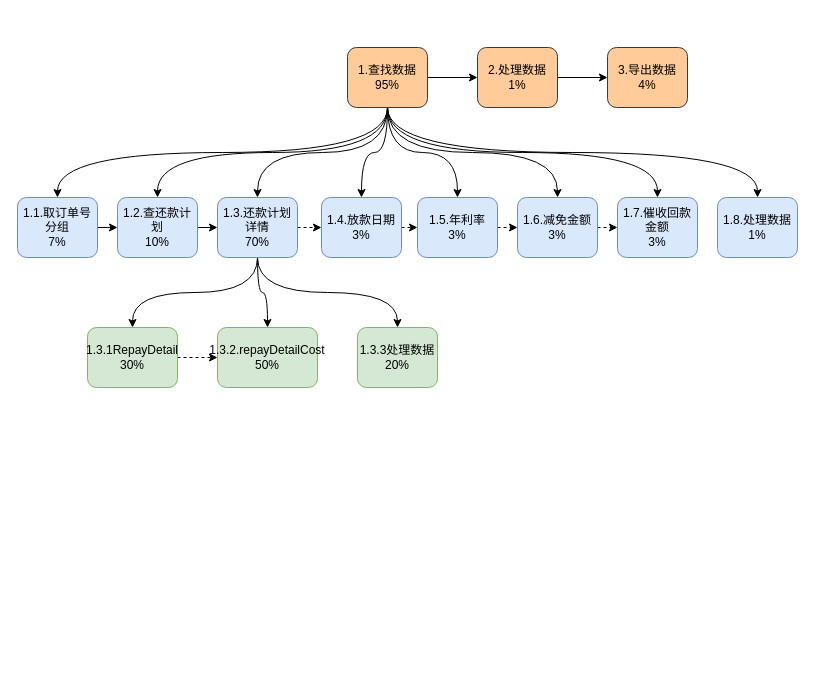
Above: 导出代码优化.drawio in wenbochang888/draw (draw.io), before the change. Source tidied: cells renumbered, new cells numbered last; positions are measured from the earlier drawing's top-left corner, leaving out a move shared by most shapes. Both pictures are drawn from the tidied source at 100%, with x=0, y=0 at pixel (17, 47).
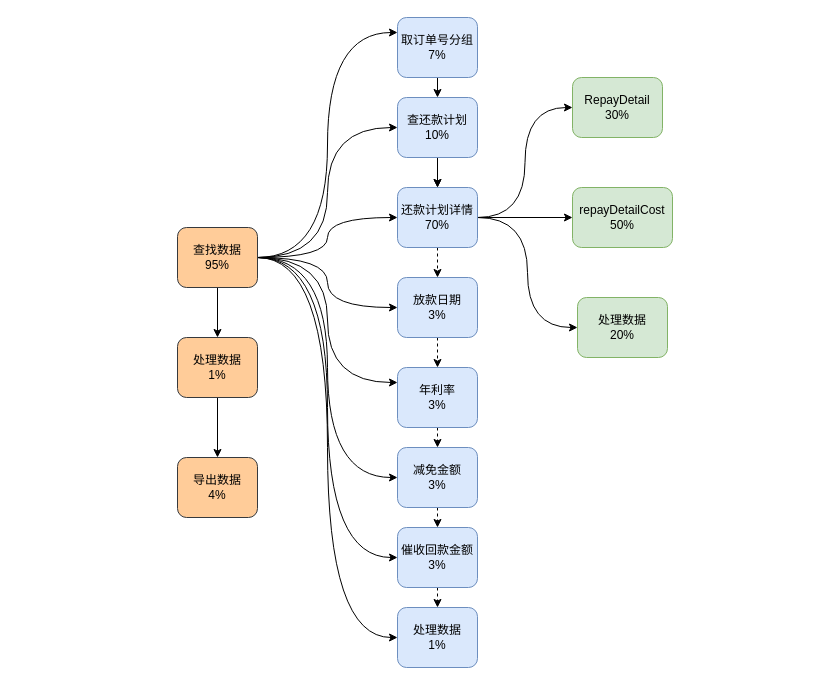
After the change.

Commit message (it also covers changes not shown here):
更新导出代码优化.drawio

Change to the diagram source:
```diff
@@
+    <mxCell id="9" style="edgeStyle=orthogonalEdgeStyle;rounded=0;jettySize=auto;html=1;exitX=0.5;exitY=1;exitDx=0;exitDy=0;entryX=0.5;entryY=0;entryDx=0;entryDy=0;" parent="1" edge="1" source="11" target="13">
+      <mxGeometry relative="1" as="geometry" />
+    </mxCell>
+    <mxCell id="5" style="edgeStyle=orthogonalEdgeStyle;jettySize=auto;html=1;exitX=1;exitY=0.5;exitDx=0;exitDy=0;entryX=0;entryY=0.5;entryDx=0;entryDy=0;curved=1;" parent="1" edge="1" source="11" target="25">
+      <mxGeometry relative="1" as="geometry" />
+    </mxCell>
-    <mxCell id="2" style="edgeStyle=orthogonalEdgeStyle;rounded=1;jettySize=auto;html=1;exitX=0.5;exitY=1;exitDx=0;exitDy=0;entryX=0.5;entryY=0;entryDx=0;entryDy=0;curved=1;strokeWidth=1;" parent="1" edge="1" source="11" target="16">
+    <mxCell id="2" style="edgeStyle=orthogonalEdgeStyle;jettySize=auto;html=1;exitX=1;exitY=0.5;exitDx=0;exitDy=0;entryX=0;entryY=0.25;entryDx=0;entryDy=0;curved=1;" parent="1" edge="1" source="11" target="16">
       <mxGeometry relative="1" as="geometry" />
     </mxCell>
-    <mxCell id="3" style="edgeStyle=orthogonalEdgeStyle;rounded=0;jettySize=auto;html=1;exitX=0.5;exitY=1;exitDx=0;exitDy=0;curved=1;" parent="1" edge="1" source="11" target="18">
+    <mxCell id="3" style="edgeStyle=orthogonalEdgeStyle;jettySize=auto;html=1;exitX=1;exitY=0.5;exitDx=0;exitDy=0;entryX=0;entryY=0.5;entryDx=0;entryDy=0;curved=1;" parent="1" edge="1" source="11" target="18">
       <mxGeometry relative="1" as="geometry" />
     </mxCell>
-    <mxCell id="4" style="edgeStyle=orthogonalEdgeStyle;rounded=0;jettySize=auto;html=1;exitX=0.5;exitY=1;exitDx=0;exitDy=0;entryX=0.5;entryY=0;entryDx=0;entryDy=0;curved=1;" parent="1" edge="1" source="11" target="23">
+    <mxCell id="4" style="edgeStyle=orthogonalEdgeStyle;jettySize=auto;html=1;exitX=1;exitY=0.5;exitDx=0;exitDy=0;entryX=0;entryY=0.5;entryDx=0;entryDy=0;curved=1;" parent="1" edge="1" source="11" target="23">
       <mxGeometry relative="1" as="geometry" />
     </mxCell>
-    <mxCell id="5" style="edgeStyle=orthogonalEdgeStyle;rounded=0;jettySize=auto;html=1;exitX=0.5;exitY=1;exitDx=0;exitDy=0;curved=1;" parent="1" edge="1" source="11" target="25">
-      <mxGeometry relative="1" as="geometry" />
-    </mxCell>
-    <mxCell id="6" style="edgeStyle=orthogonalEdgeStyle;rounded=0;jettySize=auto;html=1;exitX=0.5;exitY=1;exitDx=0;exitDy=0;curved=1;" parent="1" edge="1" source="11" target="27">
+    <mxCell id="6" style="edgeStyle=orthogonalEdgeStyle;jettySize=auto;html=1;exitX=1;exitY=0.5;exitDx=0;exitDy=0;entryX=0;entryY=0.25;entryDx=0;entryDy=0;curved=1;" parent="1" edge="1" source="11" target="27">
       <mxGeometry relative="1" as="geometry" />
     </mxCell>
-    <mxCell id="7" style="edgeStyle=orthogonalEdgeStyle;rounded=0;jettySize=auto;html=1;exitX=0.5;exitY=1;exitDx=0;exitDy=0;entryX=0.5;entryY=0;entryDx=0;entryDy=0;curved=1;" parent="1" edge="1" source="11" target="29">
+    <mxCell id="7" style="edgeStyle=orthogonalEdgeStyle;jettySize=auto;html=1;exitX=1;exitY=0.5;exitDx=0;exitDy=0;entryX=0;entryY=0.5;entryDx=0;entryDy=0;curved=1;" parent="1" edge="1" source="11" target="29">
       <mxGeometry relative="1" as="geometry" />
     </mxCell>
-    <mxCell id="8" style="edgeStyle=orthogonalEdgeStyle;rounded=0;jettySize=auto;html=1;exitX=0.5;exitY=1;exitDx=0;exitDy=0;entryX=0.5;entryY=0;entryDx=0;entryDy=0;curved=1;" parent="1" edge="1" source="11" target="30">
+    <mxCell id="8" style="edgeStyle=orthogonalEdgeStyle;jettySize=auto;html=1;exitX=1;exitY=0.5;exitDx=0;exitDy=0;entryX=0;entryY=0.5;entryDx=0;entryDy=0;curved=1;" parent="1" edge="1" source="11" target="30">
       <mxGeometry relative="1" as="geometry" />
     </mxCell>
-    <mxCell id="9" style="edgeStyle=orthogonalEdgeStyle;rounded=0;jettySize=auto;html=1;exitX=1;exitY=0.5;exitDx=0;exitDy=0;" parent="1" edge="1" source="11" target="13">
-      <mxGeometry relative="1" as="geometry" />
-    </mxCell>
-    <mxCell id="10" style="edgeStyle=orthogonalEdgeStyle;jettySize=auto;html=1;exitX=0.5;exitY=1;exitDx=0;exitDy=0;entryX=0.5;entryY=0;entryDx=0;entryDy=0;curved=1;" parent="1" edge="1" source="11" target="35">
+    <mxCell id="10" style="edgeStyle=orthogonalEdgeStyle;jettySize=auto;html=1;exitX=1;exitY=0.5;exitDx=0;exitDy=0;entryX=0;entryY=0.5;entryDx=0;entryDy=0;curved=1;" parent="1" edge="1" source="11" target="35">
       <mxGeometry relative="1" as="geometry" />
     </mxCell>
-    <mxCell id="11" value="&lt;font style=&quot;font-size: 12px;&quot;&gt;1.查找数据&lt;br&gt;95%&lt;/font&gt;" style="rounded=1;whiteSpace=wrap;html=1;shadow=0;glass=0;fillColor=#ffcc99;strokeColor=#36393d;" parent="1" vertex="1">
-      <mxGeometry x="330" width="80" height="60" as="geometry" />
+    <mxCell id="11" value="&lt;font style=&quot;font-size: 12px;&quot;&gt;查找数据&lt;br&gt;95%&lt;/font&gt;" style="rounded=1;whiteSpace=wrap;html=1;shadow=0;glass=0;fillColor=#ffcc99;strokeColor=#36393d;direction=east;flipH=0;flipV=1;" parent="1" vertex="1">
+      <mxGeometry x="160" y="180" width="80" height="60" as="geometry" />
     </mxCell>
-    <mxCell id="12" style="edgeStyle=orthogonalEdgeStyle;rounded=0;jettySize=auto;html=1;exitX=1;exitY=0.5;exitDx=0;exitDy=0;entryX=0;entryY=0.5;entryDx=0;entryDy=0;" parent="1" edge="1" source="13" target="14">
+    <mxCell id="12" style="edgeStyle=orthogonalEdgeStyle;rounded=0;jettySize=auto;html=1;exitX=0.5;exitY=1;exitDx=0;exitDy=0;" parent="1" edge="1" source="13" target="14">
       <mxGeometry relative="1" as="geometry" />
     </mxCell>
-    <mxCell id="13" value="&lt;font style=&quot;font-size: 12px;&quot;&gt;2.处理数据&lt;br&gt;1%&lt;/font&gt;" style="rounded=1;whiteSpace=wrap;html=1;shadow=0;glass=0;fillColor=#ffcc99;strokeColor=#36393d;" parent="1" vertex="1">
-      <mxGeometry x="460" width="80" height="60" as="geometry" />
+    <mxCell id="13" value="&lt;font style=&quot;font-size: 12px;&quot;&gt;处理数据&lt;br&gt;1%&lt;/font&gt;" style="rounded=1;whiteSpace=wrap;html=1;shadow=0;glass=0;fillColor=#ffcc99;strokeColor=#36393d;direction=east;flipH=0;flipV=1;" parent="1" vertex="1">
+      <mxGeometry x="160" y="290" width="80" height="60" as="geometry" />
     </mxCell>
-    <mxCell id="14" value="&lt;font style=&quot;font-size: 12px;&quot;&gt;3.导出数据&lt;br&gt;4%&lt;/font&gt;" style="rounded=1;whiteSpace=wrap;html=1;shadow=0;glass=0;fillColor=#ffcc99;strokeColor=#36393d;" parent="1" vertex="1">
-      <mxGeometry x="590" width="80" height="60" as="geometry" />
+    <mxCell id="14" value="&lt;font style=&quot;font-size: 12px;&quot;&gt;导出数据&lt;br&gt;4%&lt;/font&gt;" style="rounded=1;whiteSpace=wrap;html=1;shadow=0;glass=0;fillColor=#ffcc99;strokeColor=#36393d;direction=east;flipH=0;flipV=1;" parent="1" vertex="1">
+      <mxGeometry x="160" y="410" width="80" height="60" as="geometry" />
     </mxCell>
-    <mxCell id="15" style="edgeStyle=orthogonalEdgeStyle;rounded=0;jettySize=auto;html=1;exitX=1;exitY=0.5;exitDx=0;exitDy=0;entryX=0;entryY=0.5;entryDx=0;entryDy=0;" parent="1" edge="1" source="16" target="18">
+    <mxCell id="15" style="edgeStyle=orthogonalEdgeStyle;rounded=0;jettySize=auto;html=1;exitX=0.5;exitY=1;exitDx=0;exitDy=0;entryX=0.5;entryY=0;entryDx=0;entryDy=0;" parent="1" edge="1" source="16" target="18">
       <mxGeometry relative="1" as="geometry" />
     </mxCell>
-    <mxCell id="16" value="1.1.取订单号分组&lt;br&gt;7%" style="rounded=1;whiteSpace=wrap;html=1;shadow=0;glass=0;fillColor=#dae8fc;strokeColor=#6c8ebf;" parent="1" vertex="1">
-      <mxGeometry y="150" width="80" height="60" as="geometry" />
+    <mxCell id="16" value="取订单号分组&lt;br&gt;7%" style="rounded=1;whiteSpace=wrap;html=1;shadow=0;glass=0;fillColor=#dae8fc;strokeColor=#6c8ebf;direction=east;flipH=0;flipV=1;" parent="1" vertex="1">
+      <mxGeometry x="380" y="-30" width="80" height="60" as="geometry" />
     </mxCell>
-    <mxCell id="17" style="edgeStyle=orthogonalEdgeStyle;rounded=0;jettySize=auto;html=1;exitX=1;exitY=0.5;exitDx=0;exitDy=0;entryX=0;entryY=0.5;entryDx=0;entryDy=0;" parent="1" edge="1" source="18" target="23">
-      <mxGeometry relative="1" as="geometry" />
-    </mxCell>
+    <mxCell id="36" style="edgeStyle=orthogonalEdgeStyle;rounded=0;jettySize=auto;html=1;exitX=0.5;exitY=1;exitDx=0;exitDy=0;entryX=0.5;entryY=0;entryDx=0;entryDy=0;" parent="1" edge="1" source="18" target="23">
+      <mxGeometry relative="1" as="geometry" />
+    </mxCell>
+    <mxCell id="37" style="edgeStyle=orthogonalEdgeStyle;rounded=0;jettySize=auto;html=1;" parent="1" edge="1" source="18" target="23">
+      <mxGeometry relative="1" as="geometry" />
+    </mxCell>
-    <mxCell id="18" value="1.2.查还款计划&lt;br&gt;10%" style="rounded=1;whiteSpace=wrap;html=1;shadow=0;glass=0;fillColor=#dae8fc;strokeColor=#6c8ebf;" parent="1" vertex="1">
-      <mxGeometry x="100" y="150" width="80" height="60" as="geometry" />
+    <mxCell id="18" value="查还款计划&lt;br&gt;10%" style="rounded=1;whiteSpace=wrap;html=1;shadow=0;glass=0;fillColor=#dae8fc;strokeColor=#6c8ebf;direction=east;flipH=0;flipV=1;" parent="1" vertex="1">
+      <mxGeometry x="380" y="50" width="80" height="60" as="geometry" />
     </mxCell>
+    <mxCell id="22" style="edgeStyle=orthogonalEdgeStyle;rounded=0;jettySize=auto;html=1;exitX=0.5;exitY=1;exitDx=0;exitDy=0;entryX=0.5;entryY=0;entryDx=0;entryDy=0;dashed=1;" parent="1" edge="1" source="23" target="25">
+      <mxGeometry relative="1" as="geometry" />
+    </mxCell>
-    <mxCell id="19" style="edgeStyle=orthogonalEdgeStyle;rounded=0;jettySize=auto;html=1;exitX=0.5;exitY=1;exitDx=0;exitDy=0;entryX=0.5;entryY=0;entryDx=0;entryDy=0;curved=1;" parent="1" edge="1" source="23" target="32">
+    <mxCell id="19" style="edgeStyle=orthogonalEdgeStyle;jettySize=auto;html=1;exitX=1;exitY=0.5;exitDx=0;exitDy=0;entryX=0;entryY=0.5;entryDx=0;entryDy=0;curved=1;" parent="1" edge="1" source="23" target="32">
       <mxGeometry relative="1" as="geometry" />
     </mxCell>
-    <mxCell id="20" style="edgeStyle=orthogonalEdgeStyle;rounded=0;jettySize=auto;html=1;exitX=0.5;exitY=1;exitDx=0;exitDy=0;entryX=0.5;entryY=0;entryDx=0;entryDy=0;curved=1;" parent="1" edge="1" source="23" target="33">
+    <mxCell id="20" style="edgeStyle=orthogonalEdgeStyle;rounded=0;jettySize=auto;html=1;exitX=1;exitY=0.5;exitDx=0;exitDy=0;entryX=0;entryY=0.5;entryDx=0;entryDy=0;" parent="1" edge="1" source="23" target="33">
       <mxGeometry relative="1" as="geometry" />
     </mxCell>
-    <mxCell id="21" style="edgeStyle=orthogonalEdgeStyle;jettySize=auto;html=1;exitX=0.5;exitY=1;exitDx=0;exitDy=0;curved=1;" parent="1" edge="1" source="23" target="34">
+    <mxCell id="21" style="edgeStyle=orthogonalEdgeStyle;jettySize=auto;html=1;exitX=1;exitY=0.5;exitDx=0;exitDy=0;entryX=0;entryY=0.5;entryDx=0;entryDy=0;curved=1;" parent="1" edge="1" source="23" target="34">
       <mxGeometry relative="1" as="geometry" />
     </mxCell>
-    <mxCell id="22" style="edgeStyle=orthogonalEdgeStyle;rounded=0;jettySize=auto;html=1;exitX=1;exitY=0.5;exitDx=0;exitDy=0;entryX=0;entryY=0.5;entryDx=0;entryDy=0;dashed=1;" parent="1" edge="1" source="23" target="25">
-      <mxGeometry relative="1" as="geometry" />
-    </mxCell>
-    <mxCell id="23" value="1.3.还款计划详情&lt;br&gt;70%" style="rounded=1;whiteSpace=wrap;html=1;shadow=0;glass=0;fillColor=#dae8fc;strokeColor=#6c8ebf;" parent="1" vertex="1">
-      <mxGeometry x="200" y="150" width="80" height="60" as="geometry" />
+    <mxCell id="23" value="还款计划详情&lt;br&gt;70%" style="rounded=1;whiteSpace=wrap;html=1;shadow=0;glass=0;fillColor=#dae8fc;strokeColor=#6c8ebf;direction=east;flipH=0;flipV=1;" parent="1" vertex="1">
+      <mxGeometry x="380" y="140" width="80" height="60" as="geometry" />
     </mxCell>
-    <mxCell id="24" style="edgeStyle=orthogonalEdgeStyle;rounded=0;jettySize=auto;html=1;exitX=1;exitY=0.5;exitDx=0;exitDy=0;entryX=0;entryY=0.5;entryDx=0;entryDy=0;dashed=1;" parent="1" edge="1" source="25" target="27">
+    <mxCell id="24" style="edgeStyle=orthogonalEdgeStyle;rounded=0;jettySize=auto;html=1;exitX=0.5;exitY=1;exitDx=0;exitDy=0;entryX=0.5;entryY=0;entryDx=0;entryDy=0;dashed=1;" parent="1" edge="1" source="25" target="27">
       <mxGeometry relative="1" as="geometry" />
     </mxCell>
-    <mxCell id="25" value="1.4.放款日期&lt;br&gt;3%" style="rounded=1;whiteSpace=wrap;html=1;shadow=0;glass=0;fillColor=#dae8fc;strokeColor=#6c8ebf;" parent="1" vertex="1">
-      <mxGeometry x="304" y="150" width="80" height="60" as="geometry" />
+    <mxCell id="25" value="放款日期&lt;br&gt;3%" style="rounded=1;whiteSpace=wrap;html=1;shadow=0;glass=0;fillColor=#dae8fc;strokeColor=#6c8ebf;direction=east;flipH=0;flipV=1;" parent="1" vertex="1">
+      <mxGeometry x="380" y="230" width="80" height="60" as="geometry" />
     </mxCell>
-    <mxCell id="26" style="edgeStyle=orthogonalEdgeStyle;rounded=0;jettySize=auto;html=1;exitX=1;exitY=0.5;exitDx=0;exitDy=0;entryX=0;entryY=0.5;entryDx=0;entryDy=0;dashed=1;" parent="1" edge="1" source="27" target="29">
+    <mxCell id="26" style="edgeStyle=orthogonalEdgeStyle;rounded=0;jettySize=auto;html=1;exitX=0.5;exitY=1;exitDx=0;exitDy=0;entryX=0.5;entryY=0;entryDx=0;entryDy=0;dashed=1;" parent="1" edge="1" source="27" target="29">
       <mxGeometry relative="1" as="geometry" />
     </mxCell>
-    <mxCell id="27" value="1.5.年利率&lt;br&gt;3%" style="rounded=1;whiteSpace=wrap;html=1;shadow=0;glass=0;fillColor=#dae8fc;strokeColor=#6c8ebf;" parent="1" vertex="1">
-      <mxGeometry x="400" y="150" width="80" height="60" as="geometry" />
+    <mxCell id="27" value="年利率&lt;br&gt;3%" style="rounded=1;whiteSpace=wrap;html=1;shadow=0;glass=0;fillColor=#dae8fc;strokeColor=#6c8ebf;direction=east;flipH=0;flipV=1;" parent="1" vertex="1">
+      <mxGeometry x="380" y="320" width="80" height="60" as="geometry" />
     </mxCell>
-    <mxCell id="28" style="edgeStyle=orthogonalEdgeStyle;rounded=0;jettySize=auto;html=1;exitX=1;exitY=0.5;exitDx=0;exitDy=0;entryX=0;entryY=0.5;entryDx=0;entryDy=0;dashed=1;" parent="1" edge="1" source="29" target="30">
+    <mxCell id="28" style="edgeStyle=orthogonalEdgeStyle;rounded=0;jettySize=auto;html=1;exitX=0.5;exitY=1;exitDx=0;exitDy=0;entryX=0.5;entryY=0;entryDx=0;entryDy=0;dashed=1;" parent="1" edge="1" source="29" target="30">
       <mxGeometry relative="1" as="geometry" />
     </mxCell>
-    <mxCell id="29" value="1.6.减免金额&lt;br&gt;3%" style="rounded=1;whiteSpace=wrap;html=1;shadow=0;glass=0;fillColor=#dae8fc;strokeColor=#6c8ebf;" parent="1" vertex="1">
-      <mxGeometry x="500" y="150" width="80" height="60" as="geometry" />
+    <mxCell id="29" value="减免金额&lt;br&gt;3%" style="rounded=1;whiteSpace=wrap;html=1;shadow=0;glass=0;fillColor=#dae8fc;strokeColor=#6c8ebf;direction=east;flipH=0;flipV=1;" parent="1" vertex="1">
+      <mxGeometry x="380" y="400" width="80" height="60" as="geometry" />
     </mxCell>
+    <mxCell id="38" style="edgeStyle=orthogonalEdgeStyle;rounded=0;jettySize=auto;html=1;exitX=0.5;exitY=1;exitDx=0;exitDy=0;entryX=0.5;entryY=0;entryDx=0;entryDy=0;dashed=1;" parent="1" edge="1" source="30" target="35">
+      <mxGeometry relative="1" as="geometry" />
+    </mxCell>
-    <mxCell id="30" value="1.7.催收回款金额&lt;br&gt;3%" style="rounded=1;whiteSpace=wrap;html=1;shadow=0;glass=0;fillColor=#dae8fc;strokeColor=#6c8ebf;" parent="1" vertex="1">
-      <mxGeometry x="600" y="150" width="80" height="60" as="geometry" />
+    <mxCell id="30" value="催收回款金额&lt;br&gt;3%" style="rounded=1;whiteSpace=wrap;html=1;shadow=0;glass=0;fillColor=#dae8fc;strokeColor=#6c8ebf;direction=east;flipH=0;flipV=1;" parent="1" vertex="1">
+      <mxGeometry x="380" y="480" width="80" height="60" as="geometry" />
     </mxCell>
-    <mxCell id="31" style="edgeStyle=orthogonalEdgeStyle;rounded=0;jettySize=auto;html=1;exitX=1;exitY=0.5;exitDx=0;exitDy=0;entryX=0;entryY=0.5;entryDx=0;entryDy=0;dashed=1;" parent="1" edge="1" source="32" target="33">
-      <mxGeometry relative="1" as="geometry" />
-    </mxCell>
-    <mxCell id="32" value="1.3.1RepayDetail&lt;br&gt;30%" style="rounded=1;whiteSpace=wrap;html=1;shadow=0;glass=0;fillColor=#d5e8d4;strokeColor=#82b366;" parent="1" vertex="1">
-      <mxGeometry x="70" y="280" width="90" height="60" as="geometry" />
+    <mxCell id="32" value="RepayDetail&lt;br&gt;30%" style="rounded=1;whiteSpace=wrap;html=1;shadow=0;glass=0;fillColor=#d5e8d4;strokeColor=#82b366;direction=east;flipH=0;flipV=1;" parent="1" vertex="1">
+      <mxGeometry x="555" y="30" width="90" height="60" as="geometry" />
     </mxCell>
-    <mxCell id="33" value="1.3.2.repayDetailCost&lt;br&gt;50%" style="rounded=1;whiteSpace=wrap;html=1;shadow=0;glass=0;fillColor=#d5e8d4;strokeColor=#82b366;" parent="1" vertex="1">
-      <mxGeometry x="200" y="280" width="100" height="60" as="geometry" />
+    <mxCell id="33" value="repayDetailCost&lt;br&gt;50%" style="rounded=1;whiteSpace=wrap;html=1;shadow=0;glass=0;fillColor=#d5e8d4;strokeColor=#82b366;direction=east;flipH=0;flipV=1;" parent="1" vertex="1">
+      <mxGeometry x="555" y="140" width="100" height="60" as="geometry" />
     </mxCell>
-    <mxCell id="34" value="&lt;font style=&quot;font-size: 12px;&quot;&gt;1.3.3处理数据&lt;br&gt;20%&lt;br&gt;&lt;/font&gt;" style="rounded=1;whiteSpace=wrap;html=1;shadow=0;glass=0;fillColor=#d5e8d4;strokeColor=#82b366;" parent="1" vertex="1">
-      <mxGeometry x="340" y="280" width="80" height="60" as="geometry" />
+    <mxCell id="34" value="&lt;font style=&quot;font-size: 12px;&quot;&gt;处理数据&lt;br&gt;20%&lt;br&gt;&lt;/font&gt;" style="rounded=1;whiteSpace=wrap;html=1;shadow=0;glass=0;fillColor=#d5e8d4;strokeColor=#82b366;direction=east;flipH=0;flipV=1;" parent="1" vertex="1">
+      <mxGeometry x="560" y="250" width="90" height="60" as="geometry" />
     </mxCell>
-    <mxCell id="35" value="1.8.处理数据&lt;br&gt;1%" style="rounded=1;whiteSpace=wrap;html=1;shadow=0;glass=0;fillColor=#dae8fc;strokeColor=#6c8ebf;" parent="1" vertex="1">
-      <mxGeometry x="700" y="150" width="80" height="60" as="geometry" />
+    <mxCell id="35" value="处理数据&lt;br&gt;1%" style="rounded=1;whiteSpace=wrap;html=1;shadow=0;glass=0;fillColor=#dae8fc;strokeColor=#6c8ebf;direction=east;flipH=0;flipV=1;" parent="1" vertex="1">
+      <mxGeometry x="380" y="560" width="80" height="60" as="geometry" />
     </mxCell>
```
